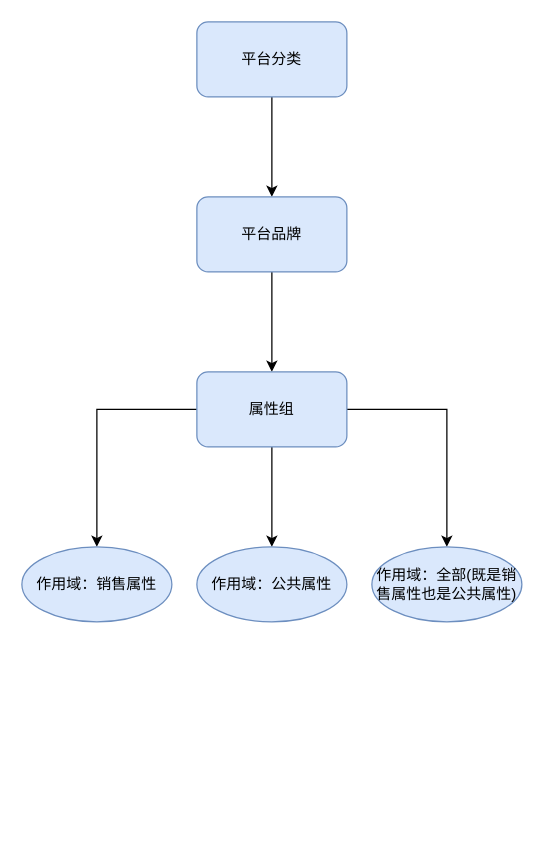
Earlier version of the draw.io diagram docs/diagrams/商品管理.drawio (kushinae/koudi). Source tidied: cells renumbered, new cells numbered last; positions are measured from the earlier drawing's top-left corner, leaving out a move shared by most shapes. Both pictures are drawn from the tidied source at 125%, with x=0, y=0 at pixel (21, 21).
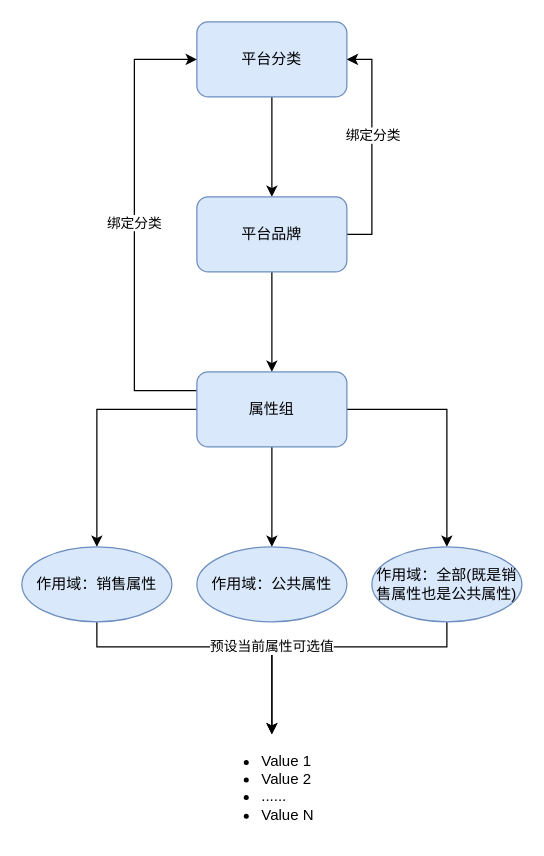
After the change.

Commit message:
update: 更新商品管理.drawio

The change refers to these unchanged cells:
```xml
<mxCell id="3" value="平台分类" style="rounded=1;whiteSpace=wrap;html=1;fillColor=#dae8fc;strokeColor=#6c8ebf;" parent="1" vertex="1">
  <mxGeometry x="140" width="120" height="60" as="geometry" />
</mxCell>
<mxCell id="5" value="平台品牌" style="rounded=1;whiteSpace=wrap;html=1;fillColor=#dae8fc;strokeColor=#6c8ebf;" parent="1" vertex="1">
  <mxGeometry x="140" y="140" width="120" height="60" as="geometry" />
</mxCell>
<mxCell id="9" value="属性组" style="rounded=1;whiteSpace=wrap;html=1;fillColor=#dae8fc;strokeColor=#6c8ebf;" parent="1" vertex="1">
  <mxGeometry x="140" y="280" width="120" height="60" as="geometry" />
</mxCell>
<mxCell id="10" value="作用域：销售属性" style="ellipse;whiteSpace=wrap;html=1;fillColor=#dae8fc;strokeColor=#6c8ebf;rounded=1;" parent="1" vertex="1">
  <mxGeometry y="420" width="120" height="60" as="geometry" />
</mxCell>
<mxCell id="11" value="作用域：全部(既是销售属性也是公共属性)" style="ellipse;whiteSpace=wrap;html=1;fillColor=#dae8fc;strokeColor=#6c8ebf;rounded=1;" parent="1" vertex="1">
  <mxGeometry x="280" y="420" width="120" height="60" as="geometry" />
</mxCell>
```

Change to the diagram source:
```diff
@@
+    <mxCell id="13" style="edgeStyle=orthogonalEdgeStyle;rounded=0;jettySize=auto;html=1;entryX=1;entryY=0.5;entryDx=0;entryDy=0;" parent="1" edge="1" source="5" target="3">
+      <mxGeometry relative="1" as="geometry">
+        <Array as="points">
+          <mxPoint x="280" y="170" />
+          <mxPoint x="280" y="30" />
+        </Array>
+      </mxGeometry>
+    </mxCell>
+    <mxCell id="14" value="绑定分类" style="edgeLabel;html=1;align=center;verticalAlign=middle;" parent="13" vertex="1">
+      <mxGeometry x="0.37" relative="1" as="geometry">
+        <mxPoint y="23" as="offset" />
+      </mxGeometry>
+    </mxCell>
@@
+    <mxCell id="15" value="绑定分类" style="edgeStyle=orthogonalEdgeStyle;rounded=0;jettySize=auto;html=1;exitX=0;exitY=0.25;exitDx=0;exitDy=0;entryX=0;entryY=0.5;entryDx=0;entryDy=0;" parent="1" edge="1" source="9" target="3">
+      <mxGeometry x="0.01" relative="1" as="geometry">
+        <Array as="points">
+          <mxPoint x="90" y="295" />
+          <mxPoint x="90" y="30" />
+        </Array>
+      </mxGeometry>
+    </mxCell>
@@
+    <mxCell id="16" style="edgeStyle=orthogonalEdgeStyle;rounded=0;jettySize=auto;html=1;entryX=0.5;entryY=0;entryDx=0;entryDy=0;" parent="1" edge="1" source="10" target="18">
+      <mxGeometry relative="1" as="geometry">
+        <Array as="points">
+          <mxPoint x="60" y="500" />
+          <mxPoint x="200" y="500" />
+        </Array>
+      </mxGeometry>
+    </mxCell>
@@
+    <mxCell id="17" value="预设当前属性可选值" style="edgeStyle=orthogonalEdgeStyle;rounded=0;jettySize=auto;html=1;entryX=0.5;entryY=0;entryDx=0;entryDy=0;" parent="1" edge="1" source="11" target="18">
+      <mxGeometry x="0.39" relative="1" as="geometry">
+        <Array as="points">
+          <mxPoint x="340" y="500" />
+          <mxPoint x="200" y="500" />
+        </Array>
+      </mxGeometry>
+    </mxCell>
@@
+    <mxCell id="18" value="&lt;ul&gt;&lt;li&gt;Value 1&lt;/li&gt;&lt;li&gt;Value 2&lt;/li&gt;&lt;li&gt;......&lt;/li&gt;&lt;li&gt;Value N&lt;/li&gt;&lt;/ul&gt;" style="text;strokeColor=none;fillColor=none;html=1;whiteSpace=wrap;verticalAlign=middle;overflow=hidden;" parent="1" vertex="1">
+      <mxGeometry x="150" y="570" width="100" height="80" as="geometry" />
+    </mxCell>
```
